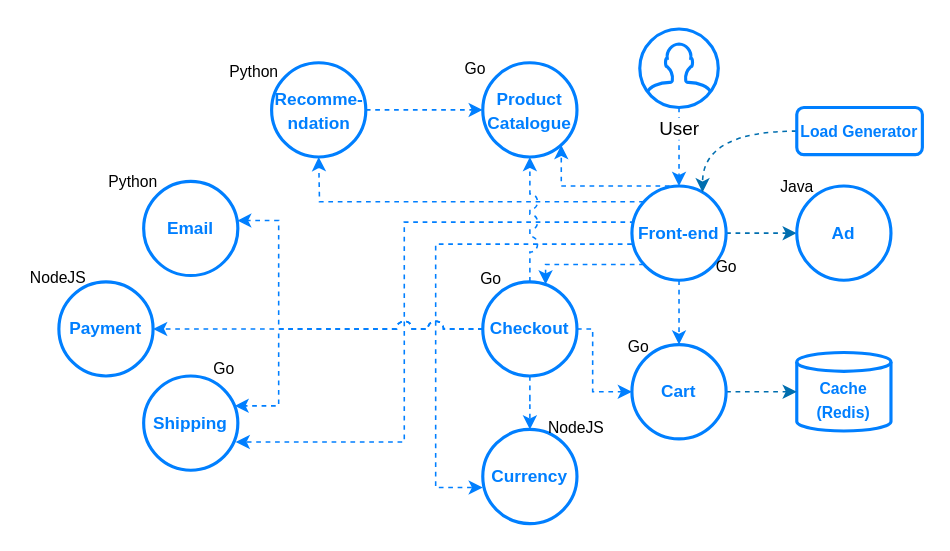
This is online-boutique.drawio from danielfct/master-thesis, a draw.io file, before an edit. Source tidied: cells renumbered, new cells numbered last; positions are measured from the earlier drawing's top-left corner, leaving out a move shared by most shapes. Both pictures are drawn from the tidied source at 157%, with x=0, y=0 at pixel (27, 28). Pictures stored in the file or linked from it are replaced by grey dashed boxes.
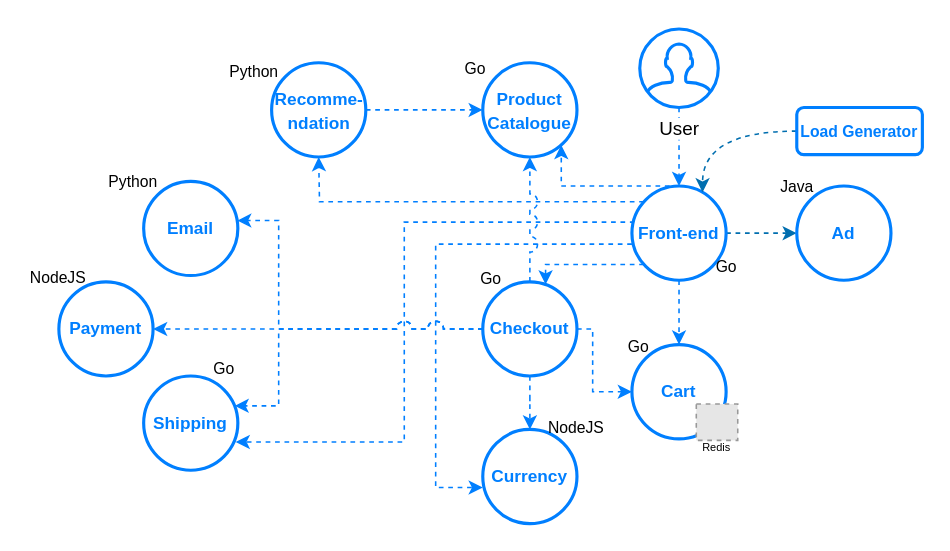
Above is the later version.

Unchanged cells that the change refers to:
```xml
<mxCell id="32" value="&lt;font size=&quot;1&quot; color=&quot;#007fff&quot;&gt;&lt;b style=&quot;font-size: 11px&quot;&gt;Cart&lt;/b&gt;&lt;/font&gt;" style="ellipse;whiteSpace=wrap;html=1;strokeWidth=2;strokeColor=#007FFF;" parent="1" vertex="1">
  <mxGeometry x="385" y="201" width="60" height="60" as="geometry" />
</mxCell>
```

What changed in the source:
```diff
@@
-    <mxCell id="29" value="&lt;b style=&quot;font-size: 10px&quot;&gt;&lt;font style=&quot;font-size: 10px&quot; color=&quot;#007fff&quot;&gt;Cache&lt;br&gt;(Redis)&lt;/font&gt;&lt;/b&gt;" style="shape=cylinder3;whiteSpace=wrap;html=1;boundedLbl=1;backgroundOutline=1;size=6;strokeWidth=2;strokeColor=#007FFF;" parent="1" vertex="1">
-      <mxGeometry x="490" y="206" width="60" height="50" as="geometry" />
-    </mxCell>
@@
-    <mxCell id="31" style="edgeStyle=orthogonalEdgeStyle;rounded=0;jettySize=auto;html=1;dashed=1;fontSize=10;fillColor=#1ba1e2;strokeColor=#006EAF;" parent="1" edge="1" source="32" target="29">
-      <mxGeometry relative="1" as="geometry" />
-    </mxCell>
@@
+    <mxCell id="42" value="Redis" style="fillColor=#E6E6E6;strokeColor=#999999;dashed=1;verticalLabelPosition=bottom;labelBackgroundColor=#ffffff;verticalAlign=top;spacing=-4;fontSize=7;" parent="1" vertex="1">
+      <mxGeometry x="426" y="238.8" width="26.4" height="23.2" as="geometry" />
+    </mxCell>
```
